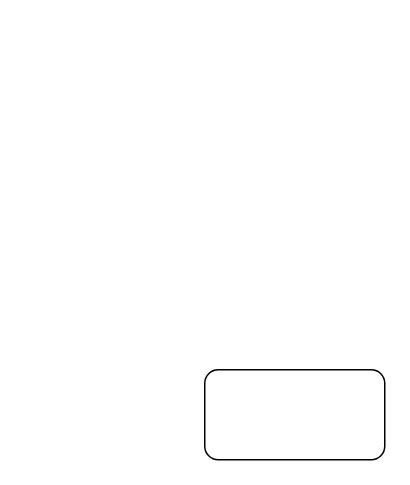
Above: 三界二十八天.drawio in taiguanglin/lectures (draw.io), before the change. Source tidied: cells renumbered, new cells numbered last; positions are measured from the earlier drawing's top-left corner, leaving out a move shared by most shapes. Both pictures are drawn from the tidied source at 150%, with x=0, y=0 at pixel (204, 369).
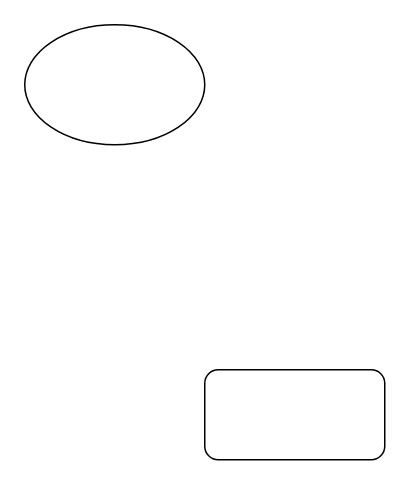
The same page after the edit.

Commit message (it also covers changes not shown here):
Update 三界二十八天.drawio

The edit, as a diff of the source:
```diff
@@
 <mxGraphModel>
   <root>
     <mxCell id="0" />
     <mxCell id="1" parent="0" />
     <mxCell id="2" style="rounded=1;whiteSpace=wrap;html=1;" parent="1" vertex="1">
       <mxGeometry width="120" height="60" as="geometry" />
     </mxCell>
+    <mxCell id="3" style="ellipse;whiteSpace=wrap;html=1;" parent="1" vertex="1">
+      <mxGeometry x="-120" y="-230" width="120" height="80" as="geometry" />
+    </mxCell>
   </root>
 </mxGraphModel>
```
